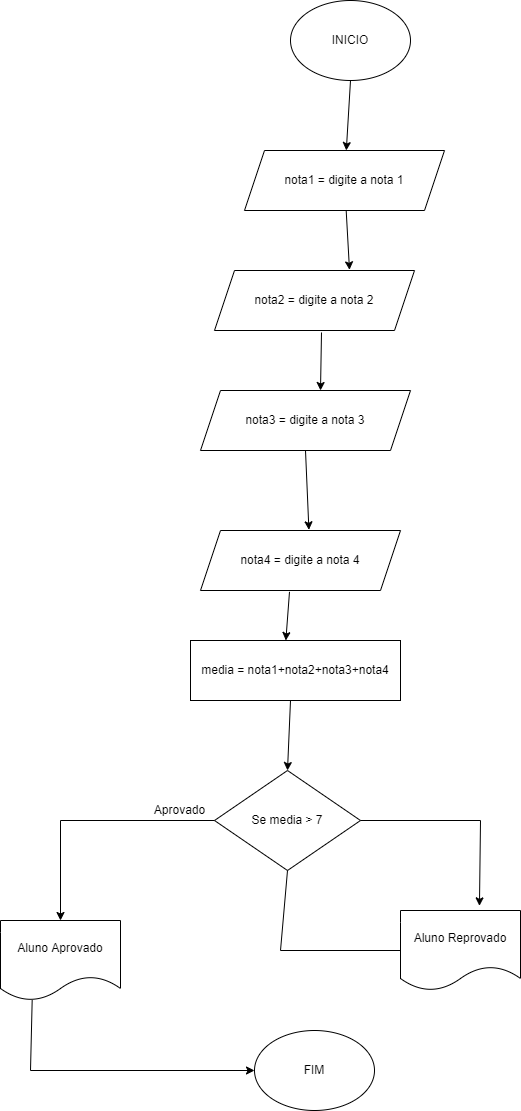
This is exercicio6.png from lualgoritmo/ExerciciosIntroducaoLogica, a draw.io export, as it was before one commit. Source tidied: cells renumbered, new cells last; positions are measured from the earlier drawing's top-left corner, leaving out a move shared by most shapes.
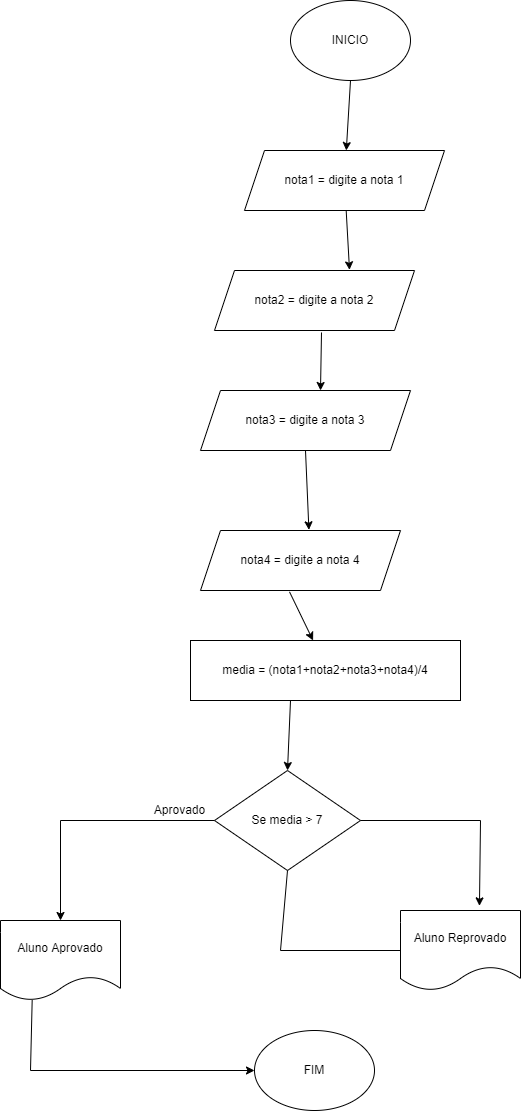
After the change.

The edit, as a diff of the source:
```diff
@@ -79,8 +79,8 @@
         </Array>
       </mxGeometry>
     </mxCell>
-    <mxCell id="21" value="media = nota1+nota2+nota3+nota4" style="rounded=0;whiteSpace=wrap;html=1;" parent="1" vertex="1">
-      <mxGeometry x="190" y="640" width="210" height="60" as="geometry" />
+    <mxCell id="21" value="media = (nota1+nota2+nota3+nota4)/4" style="rounded=0;whiteSpace=wrap;html=1;" parent="1" vertex="1">
+      <mxGeometry x="190" y="640" width="270" height="60" as="geometry" />
     </mxCell>
     <mxCell id="22" style="endArrow=classic;html=1;rounded=0;exitX=0.445;exitY=1.022;exitDx=0;exitDy=0;exitPerimeter=0;entryX=0.454;entryY=0;entryDx=0;entryDy=0;entryPerimeter=0;" parent="1" edge="1" source="17" target="21">
       <mxGeometry relative="1" as="geometry" />
```
